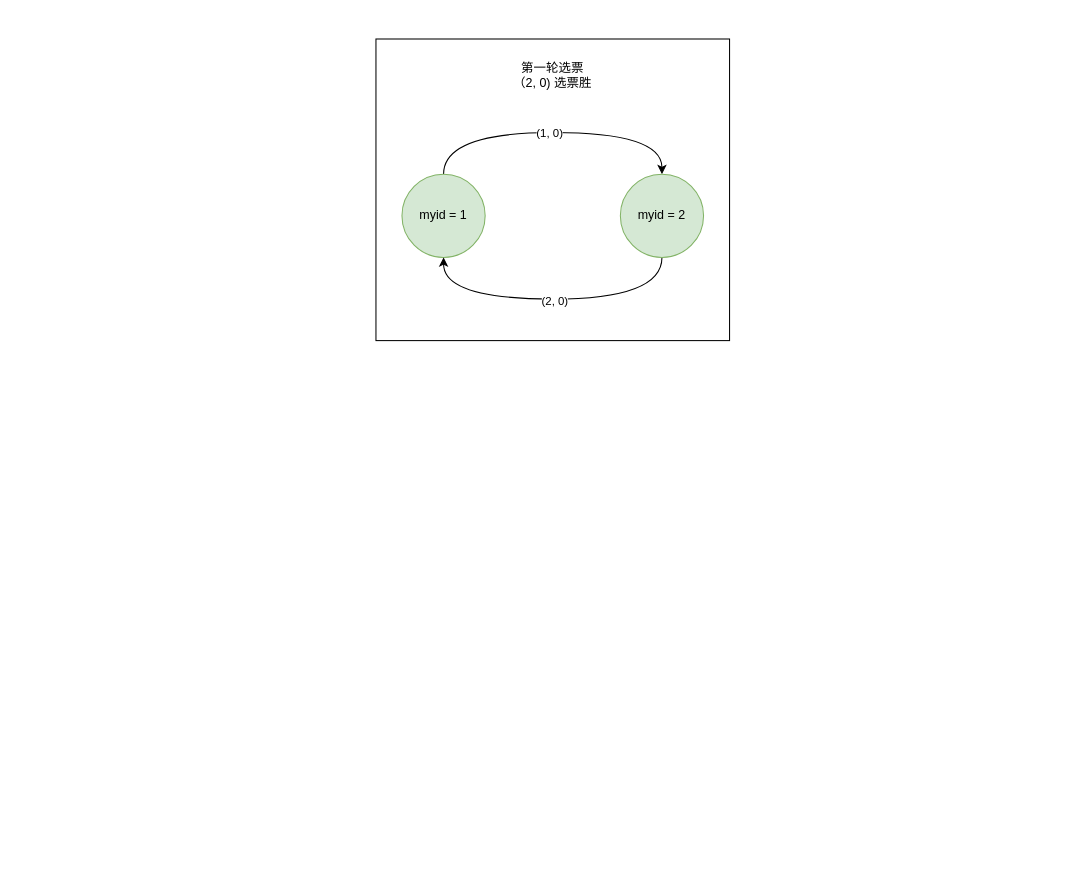
thebesteric/draw.io keeps this draw.io diagram as zookeeper/Leader 选举.drawio. Above is the earlier version. Source tidied: cells renumbered, new cells numbered last; positions are measured from the earlier drawing's top-left corner, leaving out a move shared by most shapes. Both pictures are drawn from the tidied source at 104%, with x=0, y=0 at pixel (375, 38).
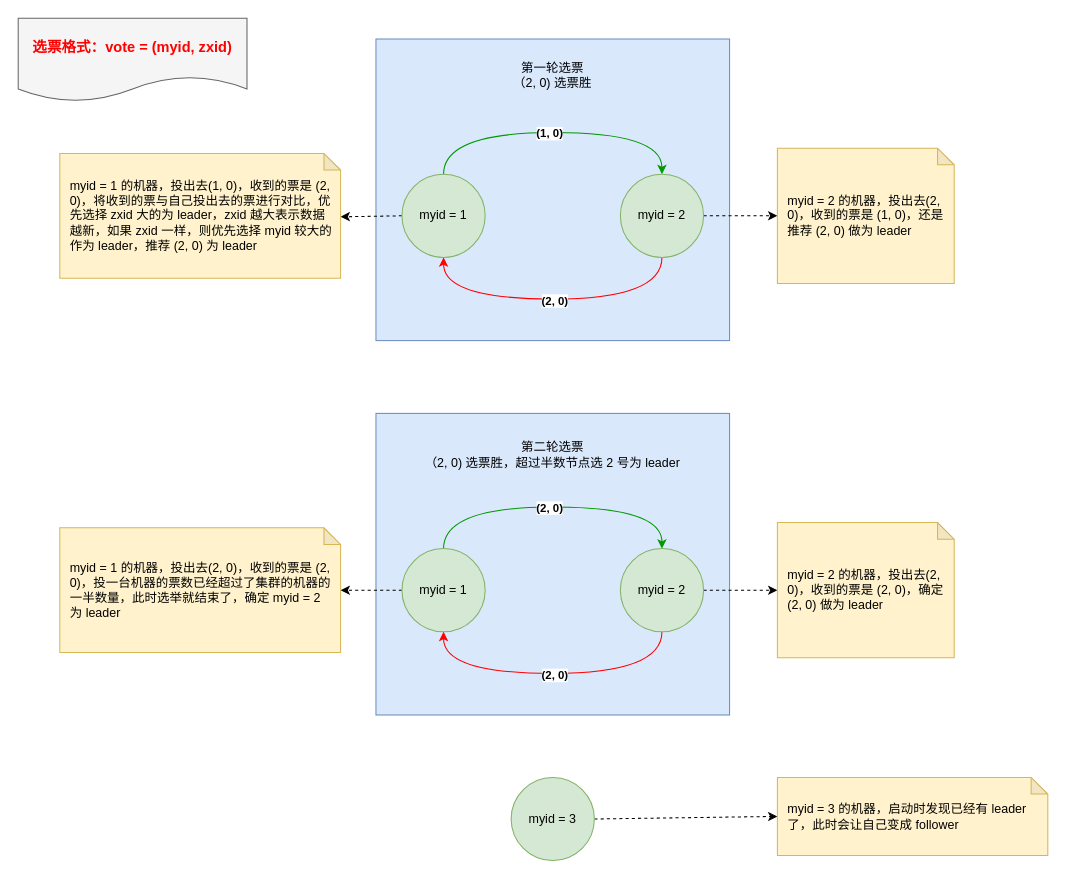
After the change.

Unchanged cells that the change refers to:
```xml
<mxCell id="5" value="myid = 1" style="ellipse;whiteSpace=wrap;html=1;fillColor=#d5e8d4;strokeColor=#82b366;" parent="1" vertex="1">
  <mxGeometry x="25" y="130" width="80" height="80" as="geometry" />
</mxCell>
<mxCell id="8" value="myid = 2" style="ellipse;whiteSpace=wrap;html=1;fillColor=#d5e8d4;strokeColor=#82b366;" parent="1" vertex="1">
  <mxGeometry x="235" y="130" width="80" height="80" as="geometry" />
</mxCell>
```

Change to the diagram source:
```diff
@@
-    <mxCell id="2" style="rounded=0;whiteSpace=wrap;html=1;" parent="1" vertex="1">
+    <mxCell id="2" style="rounded=0;whiteSpace=wrap;html=1;fillColor=#dae8fc;strokeColor=#6c8ebf;" parent="1" vertex="1">
       <mxGeometry width="340" height="290" as="geometry" />
     </mxCell>
-    <mxCell id="3" style="edgeStyle=orthogonalEdgeStyle;rounded=0;jettySize=auto;html=1;exitX=0.5;exitY=0;exitDx=0;exitDy=0;entryX=0.5;entryY=0;entryDx=0;entryDy=0;curved=1;" parent="1" edge="1" source="5" target="8">
+    <mxCell id="3" style="edgeStyle=orthogonalEdgeStyle;rounded=0;jettySize=auto;html=1;exitX=0.5;exitY=0;exitDx=0;exitDy=0;entryX=0.5;entryY=0;entryDx=0;entryDy=0;curved=1;strokeColor=#009900;" parent="1" edge="1" source="5" target="8">
       <mxGeometry relative="1" as="geometry">
         <Array as="points">
           <mxPoint x="65" y="90" />
           <mxPoint x="275" y="90" />
         </Array>
       </mxGeometry>
     </mxCell>
-    <mxCell id="4" value="(1, 0)" style="edgeLabel;html=1;align=center;verticalAlign=middle;" parent="3" vertex="1">
+    <mxCell id="4" value="&lt;b&gt;(1, 0)&lt;/b&gt;" style="edgeLabel;html=1;align=center;verticalAlign=middle;" parent="3" vertex="1">
       <mxGeometry x="-0.03" relative="1" as="geometry" />
     </mxCell>
+    <mxCell id="10" style="rounded=0;jettySize=auto;html=1;exitX=0;exitY=0.5;exitDx=0;exitDy=0;entryX=1;entryY=0.508;entryDx=0;entryDy=0;entryPerimeter=0;dashed=1;" parent="1" edge="1" source="5" target="12">
+      <mxGeometry relative="1" as="geometry" />
+    </mxCell>
@@
-    <mxCell id="6" style="edgeStyle=orthogonalEdgeStyle;curved=1;rounded=0;jettySize=auto;html=1;exitX=0.5;exitY=1;exitDx=0;exitDy=0;entryX=0.5;entryY=1;entryDx=0;entryDy=0;" parent="1" edge="1" source="8" target="5">
+    <mxCell id="6" style="edgeStyle=orthogonalEdgeStyle;curved=1;rounded=0;jettySize=auto;html=1;exitX=0.5;exitY=1;exitDx=0;exitDy=0;entryX=0.5;entryY=1;entryDx=0;entryDy=0;strokeColor=#FF0000;" parent="1" edge="1" source="8" target="5">
       <mxGeometry relative="1" as="geometry">
         <Array as="points">
           <mxPoint x="275" y="250" />
           <mxPoint x="65" y="250" />
         </Array>
       </mxGeometry>
     </mxCell>
-    <mxCell id="7" value="(2, 0)" style="edgeLabel;html=1;align=center;verticalAlign=middle;" parent="6" vertex="1">
+    <mxCell id="7" value="&lt;b&gt;(2, 0)&lt;/b&gt;" style="edgeLabel;html=1;align=center;verticalAlign=middle;" parent="6" vertex="1">
       <mxGeometry x="-0.01" y="1" relative="1" as="geometry" />
     </mxCell>
+    <mxCell id="11" style="edgeStyle=none;rounded=0;jettySize=auto;html=1;exitX=1;exitY=0.5;exitDx=0;exitDy=0;dashed=1;" parent="1" edge="1" source="8" target="13">
+      <mxGeometry relative="1" as="geometry" />
+    </mxCell>
@@
+    <mxCell id="12" value="myid = 1 的机器，投出去(1, 0)，收到的票是 (2, 0)，将收到的票与自己投出去的票进行对比，优先选择 zxid 大的为 leader，zxid 越大表示数据越新，如果 zxid 一样，则优先选择 myid 较大的作为 leader，推荐 (2, 0) 为 leader" style="shape=note;whiteSpace=wrap;html=1;backgroundOutline=1;darkOpacity=0.05;size=16;perimeterSpacing=0;spacing=5;spacingTop=5;spacingLeft=5;spacingBottom=5;spacingRight=5;align=left;fillColor=#fff2cc;strokeColor=#d6b656;" parent="1" vertex="1">
+      <mxGeometry x="-304" y="110" width="270" height="120" as="geometry" />
+    </mxCell>
+    <mxCell id="13" value="myid = 2 的机器，投出去(2, 0)，收到的票是 (1, 0)，还是推荐 (2, 0) 做为 leader" style="shape=note;whiteSpace=wrap;html=1;backgroundOutline=1;darkOpacity=0.05;size=16;perimeterSpacing=0;spacing=5;spacingTop=5;spacingLeft=5;spacingBottom=5;spacingRight=5;align=left;fillColor=#fff2cc;strokeColor=#d6b656;" parent="1" vertex="1">
+      <mxGeometry x="386" y="105" width="170" height="130" as="geometry" />
+    </mxCell>
+    <mxCell id="14" style="rounded=0;whiteSpace=wrap;html=1;fillColor=#dae8fc;strokeColor=#6c8ebf;" parent="1" vertex="1">
+      <mxGeometry y="360" width="340" height="290" as="geometry" />
+    </mxCell>
+    <mxCell id="15" style="edgeStyle=orthogonalEdgeStyle;rounded=0;jettySize=auto;html=1;exitX=0.5;exitY=0;exitDx=0;exitDy=0;entryX=0.5;entryY=0;entryDx=0;entryDy=0;curved=1;strokeColor=#009900;" parent="1" edge="1" source="18" target="22">
+      <mxGeometry relative="1" as="geometry">
+        <Array as="points">
+          <mxPoint x="65" y="450" />
+          <mxPoint x="275" y="450" />
+        </Array>
+      </mxGeometry>
+    </mxCell>
+    <mxCell id="16" value="(2, 0)" style="edgeLabel;html=1;align=center;verticalAlign=middle;fontStyle=1;" parent="15" vertex="1">
+      <mxGeometry x="-0.03" relative="1" as="geometry" />
+    </mxCell>
+    <mxCell id="17" style="edgeStyle=none;rounded=0;jettySize=auto;html=1;exitX=0;exitY=0.5;exitDx=0;exitDy=0;entryX=1;entryY=0.5;entryDx=0;entryDy=0;entryPerimeter=0;dashed=1;" parent="1" edge="1" source="18" target="24">
+      <mxGeometry relative="1" as="geometry" />
+    </mxCell>
+    <mxCell id="18" value="myid = 1" style="ellipse;whiteSpace=wrap;html=1;fillColor=#d5e8d4;strokeColor=#82b366;" parent="1" vertex="1">
+      <mxGeometry x="25" y="490" width="80" height="80" as="geometry" />
+    </mxCell>
+    <mxCell id="19" style="edgeStyle=orthogonalEdgeStyle;curved=1;rounded=0;jettySize=auto;html=1;exitX=0.5;exitY=1;exitDx=0;exitDy=0;entryX=0.5;entryY=1;entryDx=0;entryDy=0;strokeColor=#FF0000;" parent="1" edge="1" source="22" target="18">
+      <mxGeometry relative="1" as="geometry">
+        <Array as="points">
+          <mxPoint x="275" y="610" />
+          <mxPoint x="65" y="610" />
+        </Array>
+      </mxGeometry>
+    </mxCell>
+    <mxCell id="20" value="(2, 0)" style="edgeLabel;html=1;align=center;verticalAlign=middle;fontStyle=1;" parent="19" vertex="1">
+      <mxGeometry x="-0.01" y="1" relative="1" as="geometry" />
+    </mxCell>
+    <mxCell id="21" style="edgeStyle=none;rounded=0;jettySize=auto;html=1;exitX=1;exitY=0.5;exitDx=0;exitDy=0;entryX=0;entryY=0.5;entryDx=0;entryDy=0;entryPerimeter=0;dashed=1;strokeColor=#000000;" parent="1" edge="1" source="22" target="25">
+      <mxGeometry relative="1" as="geometry" />
+    </mxCell>
+    <mxCell id="22" value="myid = 2" style="ellipse;whiteSpace=wrap;html=1;fillColor=#d5e8d4;strokeColor=#82b366;" parent="1" vertex="1">
+      <mxGeometry x="235" y="490" width="80" height="80" as="geometry" />
+    </mxCell>
+    <mxCell id="23" value="第二轮选票&lt;br&gt;（2, 0) 选票胜，超过半数节点选 2 号为 leader" style="text;html=1;strokeColor=none;fillColor=none;align=center;verticalAlign=middle;whiteSpace=wrap;rounded=0;" parent="1" vertex="1">
+      <mxGeometry x="38" y="380" width="264" height="40" as="geometry" />
+    </mxCell>
+    <mxCell id="24" value="myid = 1 的机器，投出去(2, 0)，收到的票是 (2, 0)，投一台机器的票数已经超过了集群的机器的一半数量，此时选举就结束了，确定 myid = 2 为 leader" style="shape=note;whiteSpace=wrap;html=1;backgroundOutline=1;darkOpacity=0.05;size=16;perimeterSpacing=0;spacing=5;spacingTop=5;spacingLeft=5;spacingBottom=5;spacingRight=5;align=left;fillColor=#fff2cc;strokeColor=#d6b656;" parent="1" vertex="1">
+      <mxGeometry x="-304" y="470" width="270" height="120" as="geometry" />
+    </mxCell>
+    <mxCell id="25" value="myid = 2 的机器，投出去(2, 0)，收到的票是 (2, 0)，确定 (2, 0) 做为 leader" style="shape=note;whiteSpace=wrap;html=1;backgroundOutline=1;darkOpacity=0.05;size=16;perimeterSpacing=0;spacing=5;spacingTop=5;spacingLeft=5;spacingBottom=5;spacingRight=5;align=left;fillColor=#fff2cc;strokeColor=#d6b656;" parent="1" vertex="1">
+      <mxGeometry x="386" y="465" width="170" height="130" as="geometry" />
+    </mxCell>
+    <mxCell id="26" value="&lt;b&gt;&lt;font style=&quot;font-size: 14px&quot; color=&quot;#ff0000&quot;&gt;选票格式：vote = (myid, zxid)&lt;/font&gt;&lt;/b&gt;" style="shape=document;whiteSpace=wrap;html=1;boundedLbl=1;fillColor=#f5f5f5;strokeColor=#666666;fontColor=#333333;" parent="1" vertex="1">
+      <mxGeometry x="-344" y="-20" width="220" height="80" as="geometry" />
+    </mxCell>
+    <mxCell id="27" style="edgeStyle=none;rounded=0;jettySize=auto;html=1;exitX=1;exitY=0.5;exitDx=0;exitDy=0;entryX=0;entryY=0.5;entryDx=0;entryDy=0;entryPerimeter=0;dashed=1;fontSize=14;fontColor=#FF0000;strokeColor=#000000;" parent="1" edge="1" source="28" target="29">
+      <mxGeometry relative="1" as="geometry" />
+    </mxCell>
+    <mxCell id="28" value="myid = 3" style="ellipse;whiteSpace=wrap;html=1;fillColor=#d5e8d4;strokeColor=#82b366;" parent="1" vertex="1">
+      <mxGeometry x="130" y="710" width="80" height="80" as="geometry" />
+    </mxCell>
+    <mxCell id="29" value="myid = 3 的机器，启动时发现已经有 leader 了，此时会让自己变成 follower" style="shape=note;whiteSpace=wrap;html=1;backgroundOutline=1;darkOpacity=0.05;size=16;perimeterSpacing=0;spacing=5;spacingTop=5;spacingLeft=5;spacingBottom=5;spacingRight=5;align=left;fillColor=#fff2cc;strokeColor=#d6b656;" parent="1" vertex="1">
+      <mxGeometry x="386" y="710" width="260" height="75" as="geometry" />
+    </mxCell>
```
